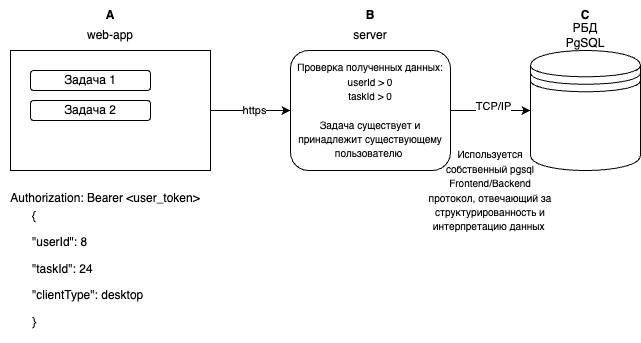
Before: Novgorodov_Timofey/ex05_Architecture/ex05_Architecture.png, a diagram exported from draw.io (abdullahproff/BSA21_1). Source tidied: cells renumbered, new cells last; positions are measured from the earlier drawing's top-left corner, leaving out a move shared by most shapes.
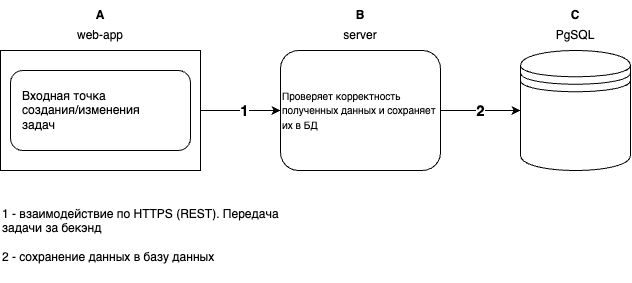
Later version of the same file.

Change to the diagram source:
```diff
@@ -5,25 +5,22 @@
     <mxCell id="2" style="edgeStyle=orthogonalEdgeStyle;rounded=0;jettySize=auto;html=1;" parent="1" edge="1" source="4" target="9">
       <mxGeometry relative="1" as="geometry" />
     </mxCell>
-    <mxCell id="3" value="https" style="edgeLabel;html=1;align=center;verticalAlign=middle;" parent="2" vertex="1">
+    <mxCell id="3" value="&lt;font style=&quot;font-size: 15px;&quot;&gt;&lt;b&gt;1&lt;/b&gt;&lt;/font&gt;" style="edgeLabel;html=1;align=center;verticalAlign=middle;" parent="2" vertex="1">
       <mxGeometry x="0.09" relative="1" as="geometry" />
     </mxCell>
+    <mxCell id="5" value="&lt;b&gt;А&lt;/b&gt;" style="text;html=1;align=center;verticalAlign=middle;whiteSpace=wrap;rounded=0;" parent="1" vertex="1">
+      <mxGeometry x="80" width="60" height="30" as="geometry" />
+    </mxCell>
     <mxCell id="4" style="rounded=0;whiteSpace=wrap;html=1;" parent="1" vertex="1">
       <mxGeometry x="10" y="50" width="200" height="120" as="geometry" />
     </mxCell>
-    <mxCell id="5" value="&lt;b&gt;А&lt;/b&gt;" style="text;html=1;align=center;verticalAlign=middle;whiteSpace=wrap;rounded=0;" parent="1" vertex="1">
-      <mxGeometry x="80" width="60" height="30" as="geometry" />
-    </mxCell>
     <mxCell id="6" value="web-app" style="text;html=1;align=center;verticalAlign=middle;whiteSpace=wrap;rounded=0;" parent="1" vertex="1">
       <mxGeometry x="80" y="20" width="60" height="30" as="geometry" />
     </mxCell>
-    <mxCell id="7" style="edgeStyle=orthogonalEdgeStyle;rounded=0;jettySize=auto;html=1;" parent="1" edge="1" source="9" target="12">
+    <mxCell id="7" value="&lt;b&gt;&lt;font style=&quot;font-size: 15px;&quot;&gt;2&lt;/font&gt;&lt;/b&gt;" style="edgeStyle=orthogonalEdgeStyle;rounded=0;jettySize=auto;html=1;" parent="1" edge="1" source="9" target="12">
       <mxGeometry relative="1" as="geometry" />
     </mxCell>
-    <mxCell id="8" value="TCP/IP" style="edgeLabel;html=1;align=center;verticalAlign=middle;" parent="7" vertex="1">
-      <mxGeometry x="0.06" y="4" relative="1" as="geometry" />
-    </mxCell>
-    <mxCell id="9" value="&lt;font style=&quot;font-size: 10px;&quot;&gt;Проверка полученных данных:&lt;br&gt;userId &amp;gt; 0&lt;br&gt;taskId &amp;gt; 0&lt;br&gt;&lt;br&gt;Задача существует и принадлежит существующему пользователю&amp;nbsp;&lt;/font&gt;" style="rounded=1;whiteSpace=wrap;html=1;" parent="1" vertex="1">
+    <mxCell id="9" value="&lt;span style=&quot;font-size: 10px;&quot;&gt;Проверяет корректность полученных данных и сохраняет их в БД&lt;/span&gt;" style="rounded=1;whiteSpace=wrap;html=1;align=left;" parent="1" vertex="1">
       <mxGeometry x="290" y="50" width="160" height="120" as="geometry" />
     </mxCell>
     <mxCell id="10" value="&lt;b&gt;B&lt;/b&gt;" style="text;html=1;align=center;verticalAlign=middle;whiteSpace=wrap;rounded=0;" parent="1" vertex="1">
@@ -38,23 +35,21 @@
     <mxCell id="13" value="&lt;b&gt;C&lt;/b&gt;" style="text;html=1;align=center;verticalAlign=middle;whiteSpace=wrap;rounded=0;" parent="1" vertex="1">
       <mxGeometry x="555" width="60" height="30" as="geometry" />
     </mxCell>
-    <mxCell id="14" value="РБД PgSQL" style="text;html=1;align=center;verticalAlign=middle;whiteSpace=wrap;rounded=0;" parent="1" vertex="1">
+    <mxCell id="14" value="PgSQL" style="text;html=1;align=center;verticalAlign=middle;whiteSpace=wrap;rounded=0;" parent="1" vertex="1">
       <mxGeometry x="555" y="20" width="60" height="30" as="geometry" />
     </mxCell>
-    <mxCell id="15" value="Задача 2" style="rounded=1;whiteSpace=wrap;html=1;" parent="1" vertex="1">
-      <mxGeometry x="30" y="100" width="120" height="20" as="geometry" />
-    </mxCell>
-    <mxCell id="16" value="Задача 1" style="rounded=1;whiteSpace=wrap;html=1;" parent="1" vertex="1">
-      <mxGeometry x="30" y="70" width="120" height="20" as="geometry" />
-    </mxCell>
-    <mxCell id="17" value="&lt;div&gt;Authorization: Bearer &amp;lt;user_token&amp;gt;&lt;/div&gt;&lt;div&gt;&lt;br&gt;&lt;/div&gt;" style="text;html=1;align=center;verticalAlign=middle;whiteSpace=wrap;rounded=0;" parent="1" vertex="1">
-      <mxGeometry y="190" width="210" height="30" as="geometry" />
-    </mxCell>
-    <mxCell id="18" value="&lt;meta charset=&quot;utf-8&quot;&gt;&lt;p&gt;{&lt;/p&gt;&lt;p&gt;&quot;userId&quot;: 8&lt;/p&gt;&lt;p&gt;&quot;taskId&quot;: 24&lt;/p&gt;&lt;p&gt;&quot;clientType&quot;: desktop &lt;/p&gt;&lt;p&gt;}&lt;/p&gt;" style="text;html=1;whiteSpace=wrap;overflow=hidden;rounded=0;" parent="1" vertex="1">
-      <mxGeometry x="30" y="190" width="180" height="150" as="geometry" />
-    </mxCell>
-    <mxCell id="19" value="&lt;div style=&quot;&quot;&gt;&lt;span style=&quot;font-size: 10px; background-color: initial;&quot;&gt;Используется собственный pgsql Frontend/Backend протокол, отвечающий за структурированность и интерпретацию данных&amp;nbsp;&lt;/span&gt;&lt;/div&gt;" style="text;html=1;align=center;verticalAlign=middle;whiteSpace=wrap;rounded=0;" parent="1" vertex="1">
-      <mxGeometry x="425" y="150" width="130" height="80" as="geometry" />
-    </mxCell>
+    <object id="20" label="1 - взаимодействие по HTTPS (REST). Передача задачи за бекэнд&lt;br&gt;&lt;br&gt;2 - сохранение данных в базу данных" name="Variable" placeholders="1">
+      <mxCell style="text;html=1;strokeColor=none;fillColor=none;align=left;verticalAlign=top;whiteSpace=wrap;overflow=hidden;" parent="1" vertex="1">
+        <mxGeometry x="10" y="200" width="280" height="80" as="geometry" />
+      </mxCell>
+    </object>
+    <mxCell id="21" style="rounded=1;whiteSpace=wrap;html=1;" parent="1" vertex="1">
+      <mxGeometry x="20" y="70" width="180" height="80" as="geometry" />
+    </mxCell>
+    <object id="22" label="Входная точка создания/изменения задач" name="Variable" placeholders="1">
+      <mxCell style="text;html=1;strokeColor=none;fillColor=none;align=left;verticalAlign=middle;whiteSpace=wrap;overflow=hidden;" parent="1" vertex="1">
+        <mxGeometry x="30" y="85" width="125" height="50" as="geometry" />
+      </mxCell>
+    </object>
   </root>
 </mxGraphModel>
```
